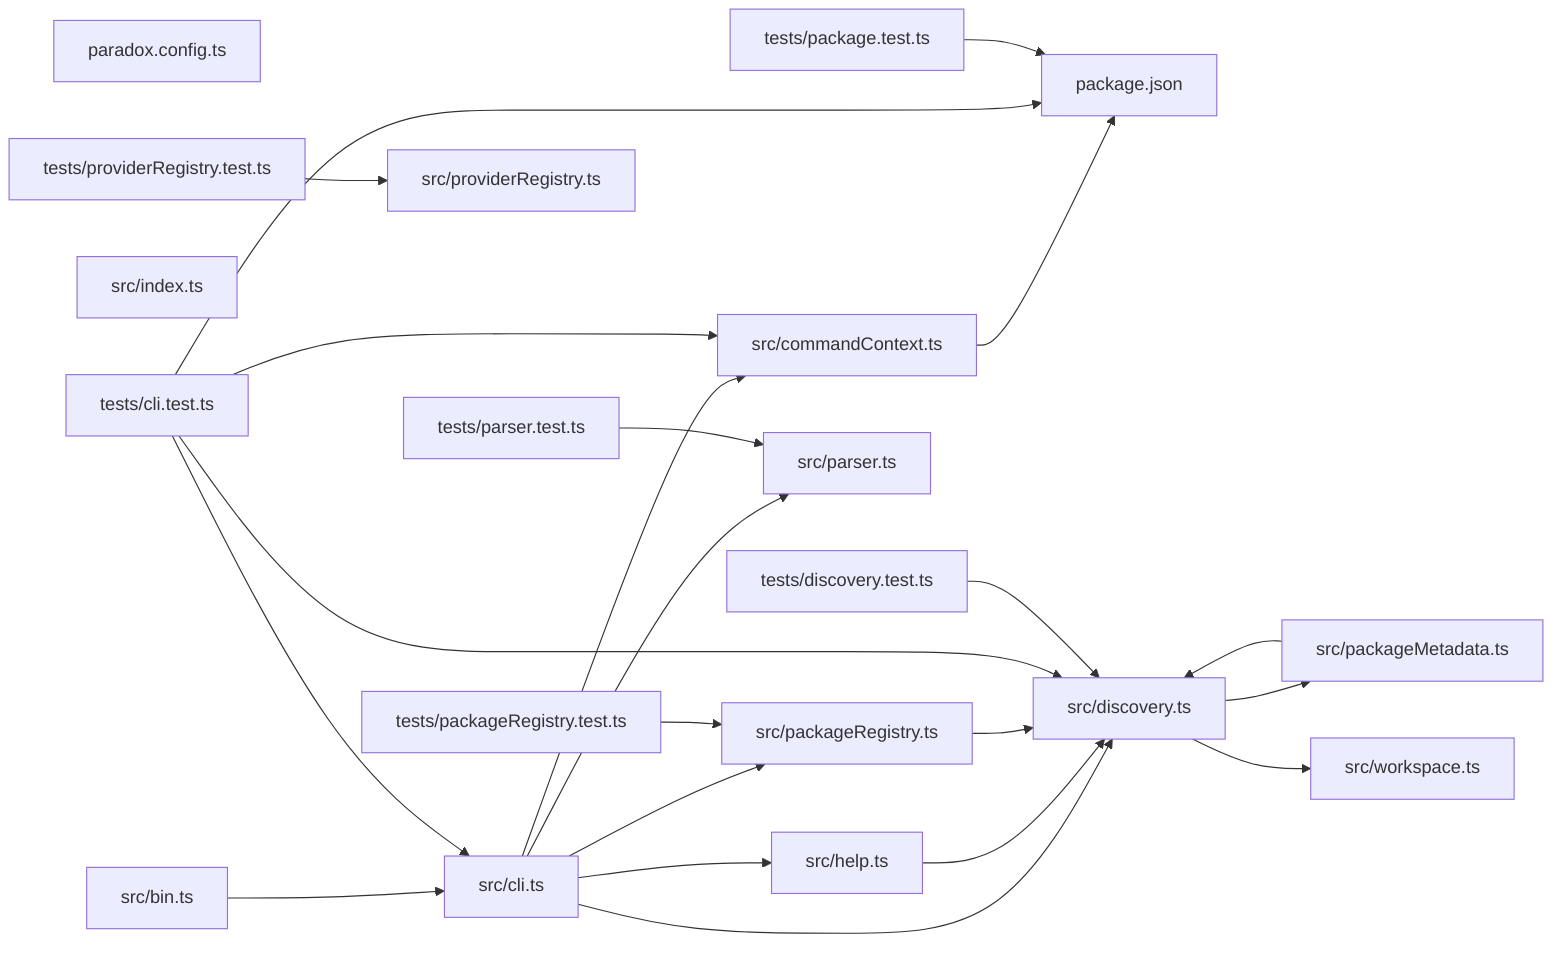
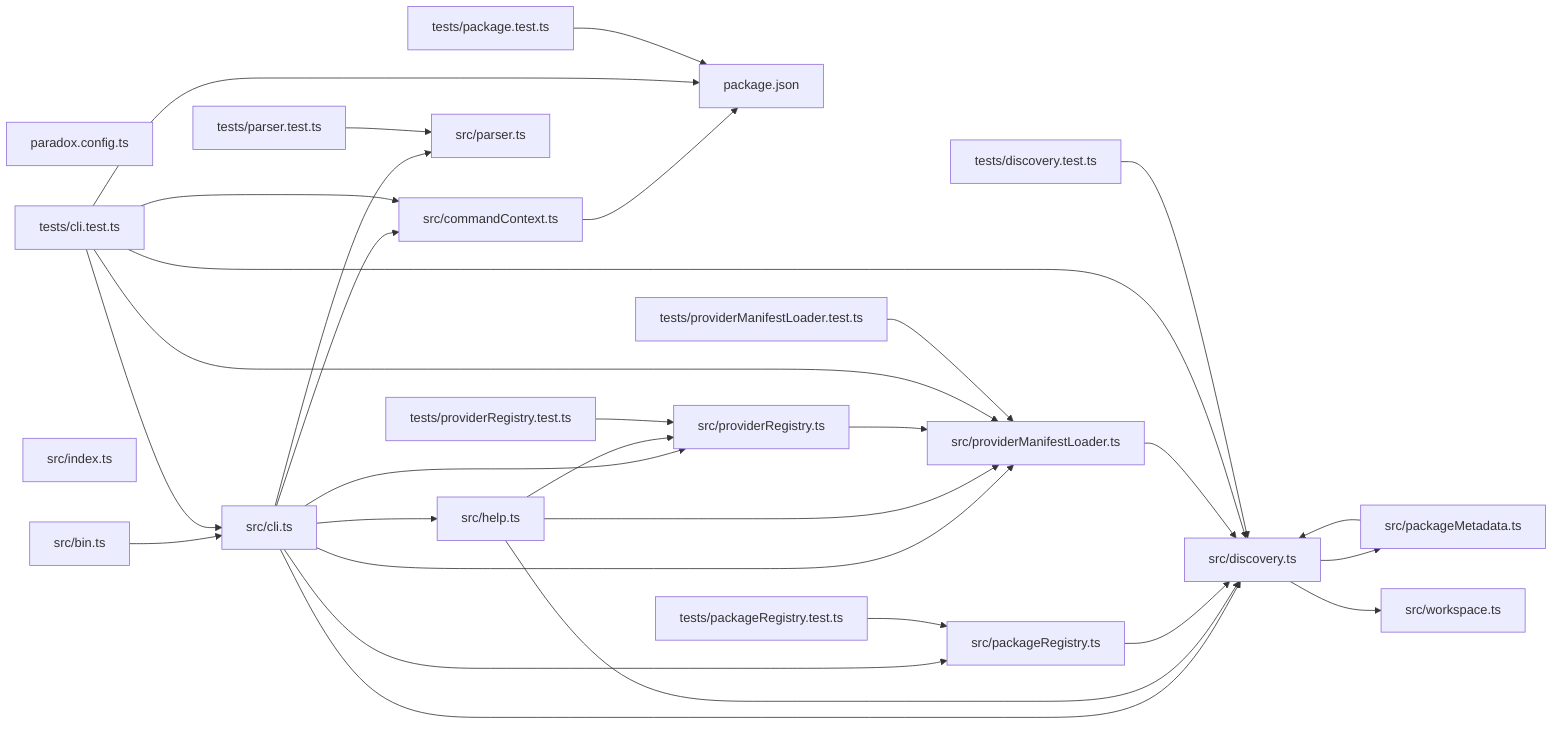
graph LR
  module_package_json["package.json"]
  module_paradox_config_ts["paradox.config.ts"]
  module_src_bin_ts["src/bin.ts"]
  module_src_cli_ts["src/cli.ts"]
  module_src_commandContext_ts["src/commandContext.ts"]
  module_src_discovery_ts["src/discovery.ts"]
  module_src_help_ts["src/help.ts"]
  module_src_index_ts["src/index.ts"]
  module_src_packageMetadata_ts["src/packageMetadata.ts"]
  module_src_packageRegistry_ts["src/packageRegistry.ts"]
  module_src_parser_ts["src/parser.ts"]
+   module_src_providerManifestLoader_ts["src/providerManifestLoader.ts"]
  module_src_providerRegistry_ts["src/providerRegistry.ts"]
  module_src_workspace_ts["src/workspace.ts"]
  module_tests_cli_test_ts["tests/cli.test.ts"]
  module_tests_discovery_test_ts["tests/discovery.test.ts"]
  module_tests_package_test_ts["tests/package.test.ts"]
  module_tests_packageRegistry_test_ts["tests/packageRegistry.test.ts"]
  module_tests_parser_test_ts["tests/parser.test.ts"]
+   module_tests_providerManifestLoader_test_ts["tests/providerManifestLoader.test.ts"]
  module_tests_providerRegistry_test_ts["tests/providerRegistry.test.ts"]
  module_src_bin_ts --> module_src_cli_ts
  module_src_cli_ts --> module_src_commandContext_ts
  module_src_cli_ts --> module_src_discovery_ts
  module_src_cli_ts --> module_src_help_ts
  module_src_cli_ts --> module_src_packageRegistry_ts
  module_src_cli_ts --> module_src_parser_ts
+   module_src_cli_ts --> module_src_providerManifestLoader_ts
+   module_src_cli_ts --> module_src_providerRegistry_ts
  module_src_commandContext_ts --> module_package_json
  module_src_discovery_ts --> module_src_packageMetadata_ts
  module_src_discovery_ts --> module_src_workspace_ts
  module_src_help_ts --> module_src_discovery_ts
+   module_src_help_ts --> module_src_providerManifestLoader_ts
+   module_src_help_ts --> module_src_providerRegistry_ts
  module_src_packageMetadata_ts --> module_src_discovery_ts
  module_src_packageRegistry_ts --> module_src_discovery_ts
+   module_src_providerManifestLoader_ts --> module_src_discovery_ts
+   module_src_providerRegistry_ts --> module_src_providerManifestLoader_ts
  module_tests_cli_test_ts --> module_package_json
  module_tests_cli_test_ts --> module_src_cli_ts
  module_tests_cli_test_ts --> module_src_commandContext_ts
  module_tests_cli_test_ts --> module_src_discovery_ts
+   module_tests_cli_test_ts --> module_src_providerManifestLoader_ts
  module_tests_discovery_test_ts --> module_src_discovery_ts
  module_tests_package_test_ts --> module_package_json
  module_tests_packageRegistry_test_ts --> module_src_packageRegistry_ts
  module_tests_parser_test_ts --> module_src_parser_ts
+   module_tests_providerManifestLoader_test_ts --> module_src_providerManifestLoader_ts
  module_tests_providerRegistry_test_ts --> module_src_providerRegistry_ts
